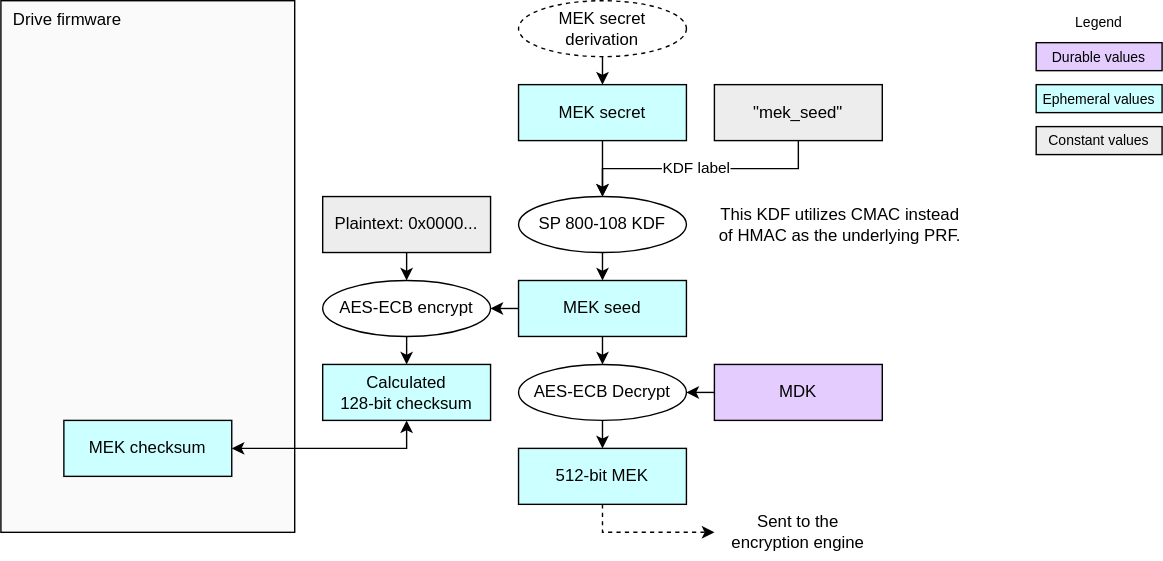
Before: doc/ocp_lock/diagrams/mek_derive.drawio.svg, a diagram exported from draw.io (chipsalliance/Caliptra). Source tidied: cells renumbered, new cells last; positions are measured from the earlier drawing's top-left corner, leaving out a move shared by most shapes.
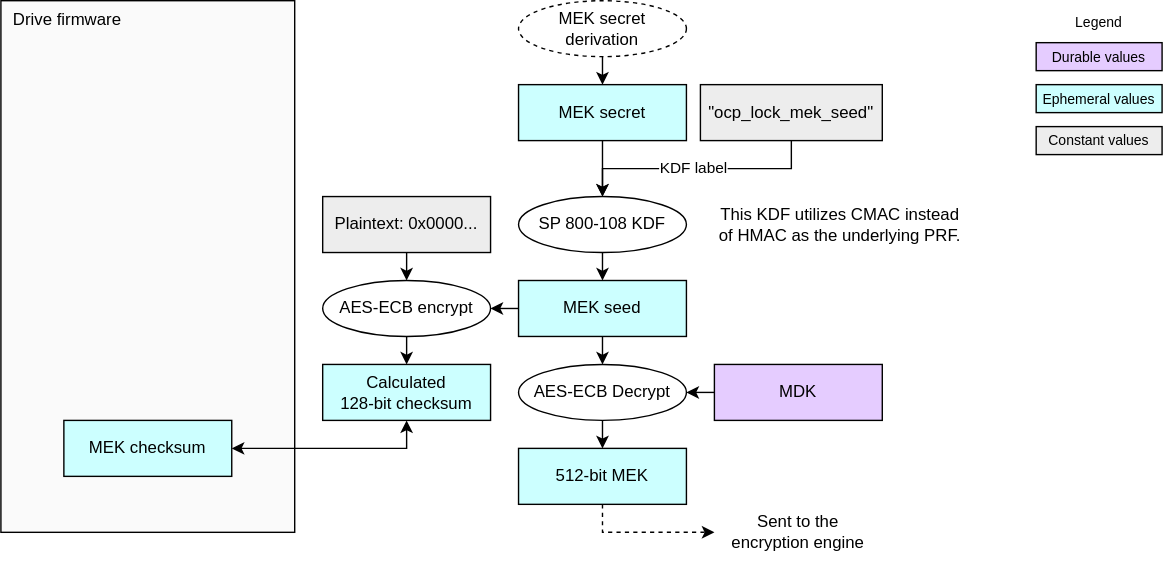
Later version of the same file.

The edit, as a diff of the source:
```diff
@@ -95,8 +95,8 @@
     <mxCell id="32" value="KDF label" style="edgeLabel;html=1;align=center;verticalAlign=middle;" parent="31" vertex="1">
       <mxGeometry x="0.04" y="-1" relative="1" as="geometry" />
     </mxCell>
-    <mxCell id="33" value="&lt;div&gt;&lt;font color=&quot;#000000&quot;&gt;&quot;mek_seed&quot;&lt;/font&gt;&lt;/div&gt;" style="rounded=0;whiteSpace=wrap;html=1;align=center;verticalAlign=middle;shadow=0;glass=0;spacingLeft=0;spacingBottom=0;spacingTop=0;fillColor=#EDEDED;" parent="1" vertex="1">
-      <mxGeometry x="510" y="60" width="120" height="40" as="geometry" />
+    <mxCell id="33" value="&lt;div&gt;&lt;font color=&quot;#000000&quot;&gt;&quot;ocp_lock_mek_seed&quot;&lt;/font&gt;&lt;/div&gt;" style="rounded=0;whiteSpace=wrap;html=1;align=center;verticalAlign=middle;shadow=0;glass=0;spacingLeft=0;spacingBottom=0;spacingTop=0;fillColor=#EDEDED;" parent="1" vertex="1">
+      <mxGeometry x="500" y="60" width="130" height="40" as="geometry" />
     </mxCell>
   </root>
 </mxGraphModel>
```
